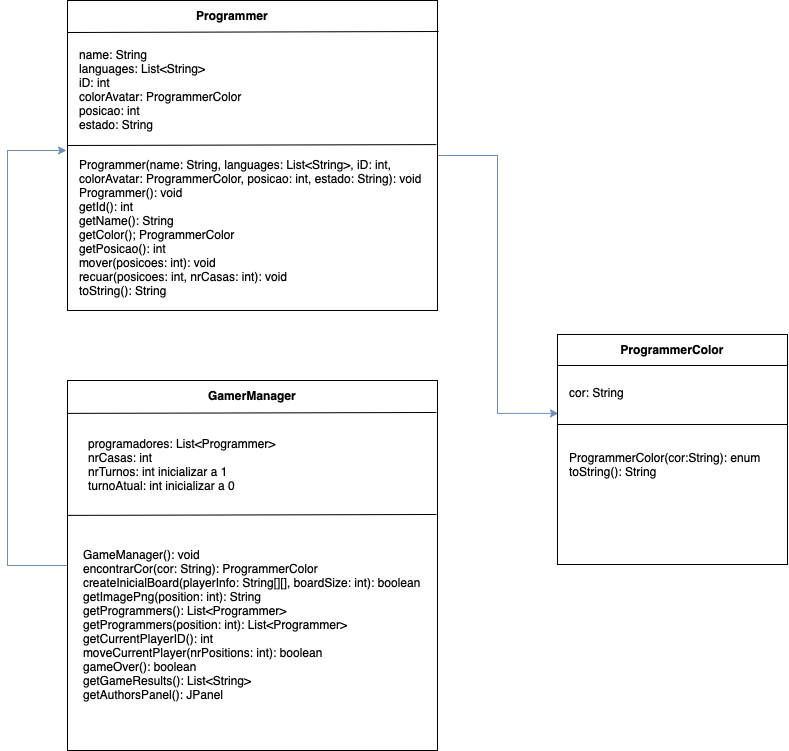
Above: diagrama.png in tiagoagueda240/O-Grande-Jogo-do-DEISI (draw.io), before the change. Source tidied: cells renumbered, new cells last; positions are measured from the earlier drawing's top-left corner, leaving out a move shared by most shapes.
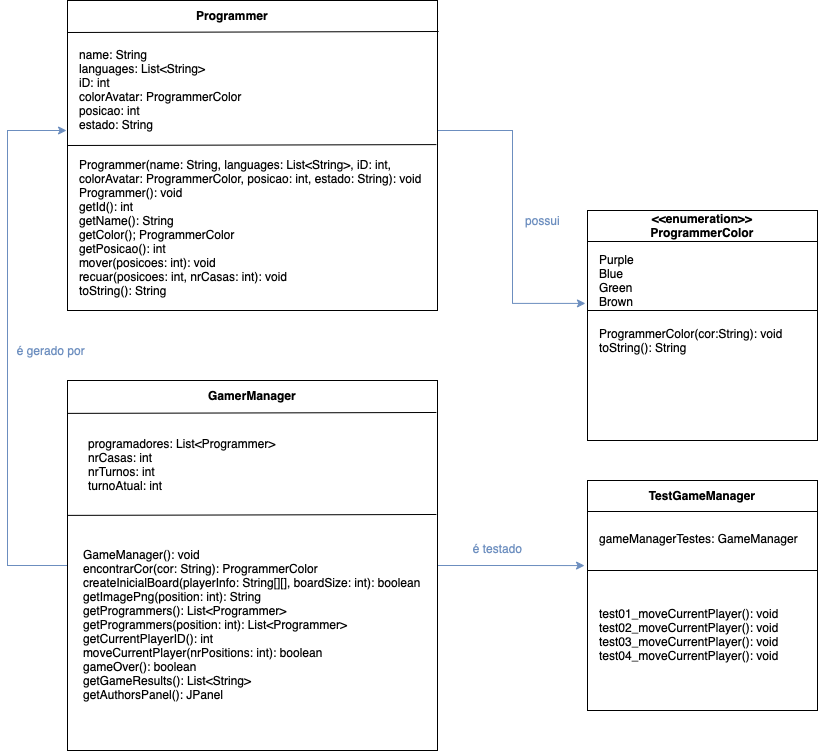
The same file after the commit.

Commit message:
Atualização do UML.

Diff of the diagram source:
```diff
@@ -2,33 +2,41 @@
   <root>
     <mxCell id="0" />
     <mxCell id="1" parent="0" />
-    <mxCell id="2" style="edgeStyle=orthogonalEdgeStyle;rounded=0;jettySize=auto;html=1;entryX=0.004;entryY=0.343;entryDx=0;entryDy=0;entryPerimeter=0;fillColor=#dae8fc;strokeColor=#6c8ebf;" parent="1" edge="1" source="3" target="6">
-      <mxGeometry relative="1" as="geometry" />
+    <mxCell id="2" style="edgeStyle=orthogonalEdgeStyle;rounded=0;jettySize=auto;html=1;entryX=-0.009;entryY=0.404;entryDx=0;entryDy=0;entryPerimeter=0;fillColor=#dae8fc;strokeColor=#6c8ebf;" parent="1" edge="1" source="3" target="6">
+      <mxGeometry relative="1" as="geometry">
+        <Array as="points">
+          <mxPoint x="505" y="130" />
+          <mxPoint x="505" y="303" />
+        </Array>
+      </mxGeometry>
     </mxCell>
     <mxCell id="3" style="rounded=0;whiteSpace=wrap;html=1;" parent="1" vertex="1">
       <mxGeometry x="60" width="370" height="310" as="geometry" />
     </mxCell>
     <mxCell id="4" style="edgeStyle=orthogonalEdgeStyle;rounded=0;jettySize=auto;html=1;fillColor=#dae8fc;strokeColor=#6c8ebf;" parent="1" edge="1" source="5">
       <mxGeometry relative="1" as="geometry">
-        <mxPoint x="59" y="150" as="targetPoint" />
+        <mxPoint x="59" y="130" as="targetPoint" />
         <Array as="points">
           <mxPoint y="565" />
-          <mxPoint y="150" />
-          <mxPoint x="59" y="150" />
+          <mxPoint y="130" />
+          <mxPoint x="59" y="130" />
         </Array>
       </mxGeometry>
     </mxCell>
+    <mxCell id="22" style="edgeStyle=orthogonalEdgeStyle;rounded=0;jettySize=auto;html=1;entryX=-0.013;entryY=0.37;entryDx=0;entryDy=0;entryPerimeter=0;fillColor=#dae8fc;strokeColor=#6c8ebf;" parent="1" edge="1" source="5" target="23">
+      <mxGeometry relative="1" as="geometry" />
+    </mxCell>
     <mxCell id="5" style="whiteSpace=wrap;html=1;" parent="1" vertex="1">
       <mxGeometry x="60" y="380" width="370" height="370" as="geometry" />
     </mxCell>
     <mxCell id="6" style="whiteSpace=wrap;html=1;" parent="1" vertex="1">
-      <mxGeometry x="550" y="334" width="230" height="230" as="geometry" />
+      <mxGeometry x="580" y="210" width="230" height="230" as="geometry" />
     </mxCell>
     <mxCell id="7" value="&lt;b&gt;Programmer&lt;/b&gt;" style="text;html=1;strokeColor=none;fillColor=none;align=center;verticalAlign=middle;whiteSpace=wrap;rounded=0;" parent="1" vertex="1">
       <mxGeometry x="170" width="110" height="30" as="geometry" />
     </mxCell>
-    <mxCell id="8" value="&lt;b&gt;ProgrammerColor&lt;/b&gt;" style="text;html=1;strokeColor=none;fillColor=none;align=center;verticalAlign=middle;whiteSpace=wrap;rounded=0;" parent="1" vertex="1">
-      <mxGeometry x="610" y="334" width="110" height="30" as="geometry" />
+    <mxCell id="8" value="&lt;b&gt;&amp;lt;&amp;lt;enumeration&amp;gt;&amp;gt;&lt;br&gt;ProgrammerColor&lt;/b&gt;" style="text;html=1;strokeColor=none;fillColor=none;align=center;verticalAlign=middle;whiteSpace=wrap;rounded=0;" parent="1" vertex="1">
+      <mxGeometry x="640" y="210" width="110" height="30" as="geometry" />
     </mxCell>
     <mxCell id="9" value="&lt;b&gt;GamerManager&lt;/b&gt;" style="text;html=1;strokeColor=none;fillColor=none;align=center;verticalAlign=middle;whiteSpace=wrap;rounded=0;" parent="1" vertex="1">
       <mxGeometry x="190" y="380" width="110" height="30" as="geometry" />
@@ -50,28 +58,28 @@
         <mxPoint x="60" y="32" as="sourcePoint" />
       </mxGeometry>
     </mxCell>
-    <mxCell id="14" value="programadores: List&amp;lt;Programmer&amp;gt;&lt;br&gt;nrCasas: int&lt;br&gt;nrTurnos: int inicializar a 1&lt;br&gt;turnoAtual: int inicializar a 0" style="text;html=1;strokeColor=none;fillColor=none;align=left;verticalAlign=middle;whiteSpace=wrap;rounded=0;" parent="1" vertex="1">
+    <mxCell id="14" value="programadores: List&amp;lt;Programmer&amp;gt;&lt;br&gt;nrCasas: int&lt;br&gt;nrTurnos: int&lt;br&gt;turnoAtual: int" style="text;html=1;strokeColor=none;fillColor=none;align=left;verticalAlign=middle;whiteSpace=wrap;rounded=0;" parent="1" vertex="1">
       <mxGeometry x="78.8" y="419" width="260" height="90" as="geometry" />
     </mxCell>
     <mxCell id="15" value="GameManager(): void&lt;br&gt;encontrarCor(cor: String): ProgrammerColor&lt;br&gt;createInicialBoard(playerInfo: String[][], boardSize: int): boolean&lt;br&gt;getImagePng(position: int): String&lt;br&gt;getProgrammers(): List&amp;lt;Programmer&amp;gt;&lt;br&gt;getProgrammers(position: int): List&amp;lt;Programmer&amp;gt;&lt;br&gt;getCurrentPlayerID(): int&lt;br&gt;moveCurrentPlayer(nrPositions: int): boolean&lt;br&gt;gameOver(): boolean&lt;br&gt;getGameResults(): List&amp;lt;String&amp;gt;&lt;br&gt;getAuthorsPanel(): JPanel" style="text;html=1;strokeColor=none;fillColor=none;align=left;verticalAlign=middle;whiteSpace=wrap;rounded=0;" parent="1" vertex="1">
       <mxGeometry x="74.4" y="564" width="341.2" height="120" as="geometry" />
     </mxCell>
-    <mxCell id="16" value="cor: String" style="text;html=1;strokeColor=none;fillColor=none;align=left;verticalAlign=middle;whiteSpace=wrap;rounded=0;" parent="1" vertex="1">
-      <mxGeometry x="560" y="372" width="90" height="40" as="geometry" />
+    <mxCell id="16" value="Purple&lt;br&gt;Blue&lt;br&gt;Green&lt;br&gt;Brown" style="text;html=1;strokeColor=none;fillColor=none;align=left;verticalAlign=middle;whiteSpace=wrap;rounded=0;" parent="1" vertex="1">
+      <mxGeometry x="590" y="260" width="90" height="40" as="geometry" />
     </mxCell>
-    <mxCell id="17" value="ProgrammerColor(cor:String): enum&lt;br&gt;toString(): String" style="text;html=1;strokeColor=none;fillColor=none;align=left;verticalAlign=middle;whiteSpace=wrap;rounded=0;" parent="1" vertex="1">
-      <mxGeometry x="560" y="444" width="210" height="40" as="geometry" />
+    <mxCell id="17" value="ProgrammerColor(cor:String): void&lt;br&gt;toString(): String" style="text;html=1;strokeColor=none;fillColor=none;align=left;verticalAlign=middle;whiteSpace=wrap;rounded=0;" parent="1" vertex="1">
+      <mxGeometry x="590" y="320" width="210" height="40" as="geometry" />
     </mxCell>
     <mxCell id="18" style="endArrow=none;html=1;rounded=0;" parent="1" edge="1">
       <mxGeometry relative="1" as="geometry">
-        <mxPoint x="550" y="424" as="sourcePoint" />
-        <mxPoint x="780" y="424" as="targetPoint" />
+        <mxPoint x="580" y="310" as="sourcePoint" />
+        <mxPoint x="810" y="310" as="targetPoint" />
       </mxGeometry>
     </mxCell>
     <mxCell id="19" style="endArrow=none;html=1;rounded=0;" parent="1" edge="1">
       <mxGeometry relative="1" as="geometry">
-        <mxPoint x="550" y="365" as="sourcePoint" />
-        <mxPoint x="780" y="365" as="targetPoint" />
+        <mxPoint x="580" y="241" as="sourcePoint" />
+        <mxPoint x="810" y="241" as="targetPoint" />
       </mxGeometry>
     </mxCell>
     <mxCell id="20" style="endArrow=none;html=1;rounded=0;entryX=0.997;entryY=0.481;entryDx=0;entryDy=0;entryPerimeter=0;" parent="1" edge="1">
@@ -86,5 +94,38 @@
         <mxPoint x="428.9" y="514" as="targetPoint" />
       </mxGeometry>
     </mxCell>
+    <mxCell id="23" style="whiteSpace=wrap;html=1;" parent="1" vertex="1">
+      <mxGeometry x="580" y="480" width="230" height="230" as="geometry" />
+    </mxCell>
+    <mxCell id="24" value="&lt;b&gt;TestGameManager&lt;/b&gt;" style="text;html=1;strokeColor=none;fillColor=none;align=center;verticalAlign=middle;whiteSpace=wrap;rounded=0;" parent="1" vertex="1">
+      <mxGeometry x="640" y="480" width="110" height="30" as="geometry" />
+    </mxCell>
+    <mxCell id="25" value="gameManagerTestes: GameManager" style="text;html=1;strokeColor=none;fillColor=none;align=left;verticalAlign=middle;whiteSpace=wrap;rounded=0;" parent="1" vertex="1">
+      <mxGeometry x="590" y="518" width="210" height="40" as="geometry" />
+    </mxCell>
+    <mxCell id="26" value="test01_moveCurrentPlayer(): void&lt;br&gt;test02_moveCurrentPlayer(): void&lt;br&gt;test03_moveCurrentPlayer(): void&lt;br&gt;test04_moveCurrentPlayer(): void" style="text;html=1;strokeColor=none;fillColor=none;align=left;verticalAlign=middle;whiteSpace=wrap;rounded=0;" parent="1" vertex="1">
+      <mxGeometry x="590" y="584" width="210" height="100" as="geometry" />
+    </mxCell>
+    <mxCell id="27" style="endArrow=none;html=1;rounded=0;" parent="1" edge="1">
+      <mxGeometry relative="1" as="geometry">
+        <mxPoint x="580" y="570" as="sourcePoint" />
+        <mxPoint x="810" y="570" as="targetPoint" />
+      </mxGeometry>
+    </mxCell>
+    <mxCell id="28" style="endArrow=none;html=1;rounded=0;" parent="1" edge="1">
+      <mxGeometry relative="1" as="geometry">
+        <mxPoint x="580" y="511" as="sourcePoint" />
+        <mxPoint x="810" y="511" as="targetPoint" />
+      </mxGeometry>
+    </mxCell>
+    <mxCell id="29" value="&lt;font color=&quot;#6c8ebf&quot;&gt;é testado&lt;/font&gt;" style="text;html=1;align=center;verticalAlign=middle;strokeColor=none;fillColor=none;" parent="1" vertex="1">
+      <mxGeometry x="460" y="538" width="60" height="20" as="geometry" />
+    </mxCell>
+    <mxCell id="30" value="&lt;font color=&quot;#6c8ebf&quot;&gt;possui&lt;/font&gt;" style="text;html=1;align=center;verticalAlign=middle;strokeColor=none;fillColor=none;" parent="1" vertex="1">
+      <mxGeometry x="510" y="210" width="50" height="20" as="geometry" />
+    </mxCell>
+    <mxCell id="31" value="&lt;font color=&quot;#6c8ebf&quot;&gt;é gerado por&amp;nbsp;&lt;/font&gt;" style="text;html=1;align=center;verticalAlign=middle;strokeColor=none;fillColor=none;" parent="1" vertex="1">
+      <mxGeometry y="340" width="90" height="20" as="geometry" />
+    </mxCell>
   </root>
 </mxGraphModel>
```
